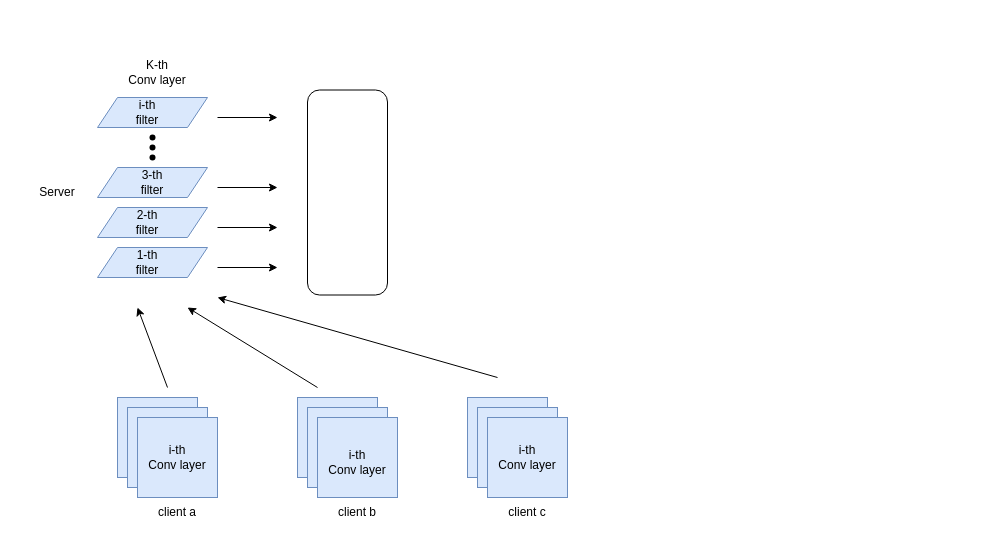
Before: page "Page-2" (2 of 3) of .github/Untitled Diagram.drawio in 2235425067/ExpressLRS, a draw.io diagram. Source tidied: cells renumbered, new cells numbered last; positions are measured from the earlier drawing's top-left corner, leaving out a move shared by most shapes. Both pictures are drawn from the tidied source at 100%, with x=0, y=0 at pixel (27, 57).
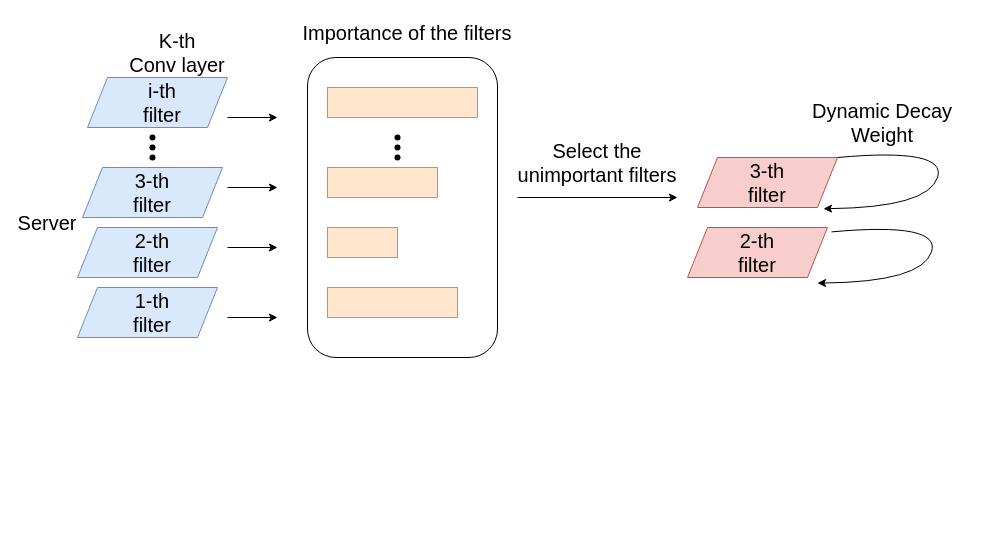
The same page after the edit.

Change to the diagram source:
```diff
@@
-    <mxCell id="2" style="whiteSpace=wrap;html=1;fillColor=#dae8fc;strokeColor=#6c8ebf;" parent="1" vertex="1">
-      <mxGeometry x="90" y="340" width="80" height="80" as="geometry" />
-    </mxCell>
-    <mxCell id="3" style="whiteSpace=wrap;html=1;fillColor=#dae8fc;strokeColor=#6c8ebf;" parent="1" vertex="1">
-      <mxGeometry x="100" y="350" width="80" height="80" as="geometry" />
-    </mxCell>
-    <mxCell id="4" style="whiteSpace=wrap;html=1;fillColor=#dae8fc;strokeColor=#6c8ebf;" parent="1" vertex="1">
-      <mxGeometry x="110" y="360" width="80" height="80" as="geometry" />
-    </mxCell>
-    <mxCell id="5" style="whiteSpace=wrap;html=1;fillColor=#dae8fc;strokeColor=#6c8ebf;" parent="1" vertex="1">
-      <mxGeometry x="270" y="340" width="80" height="80" as="geometry" />
-    </mxCell>
-    <mxCell id="6" style="whiteSpace=wrap;html=1;fillColor=#dae8fc;strokeColor=#6c8ebf;" parent="1" vertex="1">
-      <mxGeometry x="280" y="350" width="80" height="80" as="geometry" />
-    </mxCell>
-    <mxCell id="7" style="whiteSpace=wrap;html=1;fillColor=#dae8fc;strokeColor=#6c8ebf;" parent="1" vertex="1">
-      <mxGeometry x="290" y="360" width="80" height="80" as="geometry" />
-    </mxCell>
-    <mxCell id="8" style="whiteSpace=wrap;html=1;fillColor=#dae8fc;strokeColor=#6c8ebf;" parent="1" vertex="1">
-      <mxGeometry x="440" y="340" width="80" height="80" as="geometry" />
-    </mxCell>
-    <mxCell id="9" style="whiteSpace=wrap;html=1;fillColor=#dae8fc;strokeColor=#6c8ebf;" parent="1" vertex="1">
-      <mxGeometry x="450" y="350" width="80" height="80" as="geometry" />
-    </mxCell>
-    <mxCell id="10" style="whiteSpace=wrap;html=1;fillColor=#dae8fc;strokeColor=#6c8ebf;" parent="1" vertex="1">
-      <mxGeometry x="460" y="360" width="80" height="80" as="geometry" />
-    </mxCell>
-    <mxCell id="11" value="client a" style="text;html=1;strokeColor=none;fillColor=none;align=center;verticalAlign=middle;whiteSpace=wrap;rounded=0;" parent="1" vertex="1">
-      <mxGeometry x="120" y="440" width="60" height="30" as="geometry" />
-    </mxCell>
-    <mxCell id="12" value="client b" style="text;html=1;strokeColor=none;fillColor=none;align=center;verticalAlign=middle;whiteSpace=wrap;rounded=0;" parent="1" vertex="1">
-      <mxGeometry x="300" y="440" width="60" height="30" as="geometry" />
-    </mxCell>
-    <mxCell id="13" value="client c" style="text;html=1;strokeColor=none;fillColor=none;align=center;verticalAlign=middle;whiteSpace=wrap;rounded=0;" parent="1" vertex="1">
-      <mxGeometry x="470" y="440" width="60" height="30" as="geometry" />
-    </mxCell>
-    <mxCell id="14" style="endArrow=classic;html=1;rounded=0;fontSize=12;" parent="1" edge="1">
-      <mxGeometry relative="1" as="geometry">
-        <mxPoint x="140" y="330" as="sourcePoint" />
-        <mxPoint x="110" y="250" as="targetPoint" />
-      </mxGeometry>
-    </mxCell>
-    <mxCell id="15" style="endArrow=classic;html=1;rounded=0;fontSize=12;" parent="1" edge="1">
-      <mxGeometry relative="1" as="geometry">
-        <mxPoint x="290" y="330" as="sourcePoint" />
-        <mxPoint x="160" y="250" as="targetPoint" />
-      </mxGeometry>
-    </mxCell>
-    <mxCell id="16" style="endArrow=classic;html=1;rounded=0;fontSize=12;" parent="1" edge="1">
-      <mxGeometry relative="1" as="geometry">
-        <mxPoint x="470" y="320" as="sourcePoint" />
-        <mxPoint x="190" y="240" as="targetPoint" />
-      </mxGeometry>
-    </mxCell>
@@
     <mxCell id="20" style="shape=parallelogram;perimeter=parallelogramPerimeter;whiteSpace=wrap;html=1;fixedSize=1;fontSize=12;fillColor=#dae8fc;strokeColor=#6c8ebf;" parent="1" vertex="1">
-      <mxGeometry x="70" y="40" width="110" height="30" as="geometry" />
+      <mxGeometry x="60" y="20" width="140" height="50" as="geometry" />
     </mxCell>
-    <mxCell id="21" style="shape=parallelogram;perimeter=parallelogramPerimeter;whiteSpace=wrap;html=1;fixedSize=1;fontSize=12;fillColor=#dae8fc;strokeColor=#6c8ebf;" parent="1" vertex="1">
-      <mxGeometry x="70" y="110" width="110" height="30" as="geometry" />
-    </mxCell>
-    <mxCell id="22" style="shape=parallelogram;perimeter=parallelogramPerimeter;whiteSpace=wrap;html=1;fixedSize=1;fontSize=12;fillColor=#dae8fc;strokeColor=#6c8ebf;" parent="1" vertex="1">
-      <mxGeometry x="70" y="150" width="110" height="30" as="geometry" />
-    </mxCell>
-    <mxCell id="23" style="shape=parallelogram;perimeter=parallelogramPerimeter;whiteSpace=wrap;html=1;fixedSize=1;fontSize=12;fillColor=#dae8fc;strokeColor=#6c8ebf;" parent="1" vertex="1">
-      <mxGeometry x="70" y="190" width="110" height="30" as="geometry" />
-    </mxCell>
-    <mxCell id="24" value="K-th &lt;br&gt;Conv layer" style="text;html=1;strokeColor=none;fillColor=none;align=center;verticalAlign=middle;whiteSpace=wrap;rounded=0;fontSize=12;" parent="1" vertex="1">
-      <mxGeometry x="100" width="60" height="30" as="geometry" />
+    <mxCell id="24" value="&lt;font style=&quot;font-size: 20px;&quot;&gt;K-th &lt;br&gt;Conv layer&lt;/font&gt;" style="text;html=1;strokeColor=none;fillColor=none;align=center;verticalAlign=middle;whiteSpace=wrap;rounded=0;fontSize=12;" parent="1" vertex="1">
+      <mxGeometry x="90" y="-20" width="120" height="30" as="geometry" />
     </mxCell>
-    <mxCell id="25" value="i-th &lt;br&gt;Conv layer" style="text;html=1;strokeColor=none;fillColor=none;align=center;verticalAlign=middle;whiteSpace=wrap;rounded=0;fontSize=12;" parent="1" vertex="1">
-      <mxGeometry x="120" y="385" width="60" height="30" as="geometry" />
-    </mxCell>
-    <mxCell id="26" value="i-th &lt;br&gt;Conv layer" style="text;html=1;strokeColor=none;fillColor=none;align=center;verticalAlign=middle;whiteSpace=wrap;rounded=0;fontSize=12;" parent="1" vertex="1">
-      <mxGeometry x="300" y="390" width="60" height="30" as="geometry" />
-    </mxCell>
-    <mxCell id="27" value="i-th &lt;br&gt;Conv layer" style="text;html=1;strokeColor=none;fillColor=none;align=center;verticalAlign=middle;whiteSpace=wrap;rounded=0;fontSize=12;" parent="1" vertex="1">
-      <mxGeometry x="470" y="385" width="60" height="30" as="geometry" />
-    </mxCell>
-    <mxCell id="28" value="1-th &lt;br&gt;filter" style="text;html=1;strokeColor=none;fillColor=none;align=center;verticalAlign=middle;whiteSpace=wrap;rounded=0;fontSize=12;" parent="1" vertex="1">
-      <mxGeometry x="90" y="190" width="60" height="30" as="geometry" />
-    </mxCell>
-    <mxCell id="29" value="2-th &lt;br&gt;filter" style="text;html=1;strokeColor=none;fillColor=none;align=center;verticalAlign=middle;whiteSpace=wrap;rounded=0;fontSize=12;" parent="1" vertex="1">
-      <mxGeometry x="90" y="150" width="60" height="30" as="geometry" />
-    </mxCell>
-    <mxCell id="30" value="3-th &lt;br&gt;filter" style="text;html=1;strokeColor=none;fillColor=none;align=center;verticalAlign=middle;whiteSpace=wrap;rounded=0;fontSize=12;" parent="1" vertex="1">
-      <mxGeometry x="95" y="110" width="60" height="30" as="geometry" />
-    </mxCell>
-    <mxCell id="31" value="i-th &lt;br&gt;filter" style="text;html=1;strokeColor=none;fillColor=none;align=center;verticalAlign=middle;whiteSpace=wrap;rounded=0;fontSize=12;" parent="1" vertex="1">
-      <mxGeometry x="90" y="40" width="60" height="30" as="geometry" />
+    <mxCell id="31" value="&lt;font style=&quot;font-size: 20px;&quot;&gt;i-th &lt;br&gt;filter&lt;/font&gt;" style="text;html=1;strokeColor=none;fillColor=none;align=center;verticalAlign=middle;whiteSpace=wrap;rounded=0;fontSize=12;" parent="1" vertex="1">
+      <mxGeometry x="110" y="30" width="50" height="30" as="geometry" />
     </mxCell>
     <mxCell id="32" style="endArrow=classic;html=1;rounded=0;fontSize=12;" parent="1" edge="1">
       <mxGeometry relative="1" as="geometry">
-        <mxPoint x="190" y="60" as="sourcePoint" />
+        <mxPoint x="200" y="60" as="sourcePoint" />
         <mxPoint x="250" y="60" as="targetPoint" />
       </mxGeometry>
     </mxCell>
     <mxCell id="33" style="endArrow=classic;html=1;rounded=0;fontSize=12;" parent="1" edge="1">
       <mxGeometry relative="1" as="geometry">
-        <mxPoint x="190" y="130" as="sourcePoint" />
+        <mxPoint x="200" y="130" as="sourcePoint" />
         <mxPoint x="250" y="130" as="targetPoint" />
       </mxGeometry>
     </mxCell>
     <mxCell id="34" style="endArrow=classic;html=1;rounded=0;fontSize=12;" parent="1" edge="1">
       <mxGeometry relative="1" as="geometry">
-        <mxPoint x="190" y="170" as="sourcePoint" />
-        <mxPoint x="250" y="170" as="targetPoint" />
+        <mxPoint x="200" y="190" as="sourcePoint" />
+        <mxPoint x="250" y="190" as="targetPoint" />
       </mxGeometry>
     </mxCell>
-    <mxCell id="35" value="Server" style="text;html=1;strokeColor=none;fillColor=none;align=center;verticalAlign=middle;whiteSpace=wrap;rounded=0;fontSize=12;" parent="1" vertex="1">
-      <mxGeometry y="120" width="60" height="30" as="geometry" />
+    <mxCell id="35" value="&lt;font style=&quot;font-size: 20px;&quot;&gt;Server&lt;/font&gt;" style="text;html=1;strokeColor=none;fillColor=none;align=center;verticalAlign=middle;whiteSpace=wrap;rounded=0;fontSize=12;" parent="1" vertex="1">
+      <mxGeometry x="-10" y="150" width="60" height="30" as="geometry" />
     </mxCell>
-    <mxCell id="36" style="endArrow=classic;html=1;rounded=0;fontSize=12;" parent="1" edge="1">
-      <mxGeometry relative="1" as="geometry">
-        <mxPoint x="190" y="210" as="sourcePoint" />
-        <mxPoint x="250" y="210" as="targetPoint" />
-      </mxGeometry>
-    </mxCell>
     <mxCell id="37" style="rounded=1;whiteSpace=wrap;html=1;fontSize=12;" parent="1" vertex="1">
-      <mxGeometry x="280" y="32.5" width="80" height="205" as="geometry" />
+      <mxGeometry x="280" width="190" height="300" as="geometry" />
     </mxCell>
+    <mxCell id="38" style="shape=parallelogram;perimeter=parallelogramPerimeter;whiteSpace=wrap;html=1;fixedSize=1;fontSize=12;fillColor=#dae8fc;strokeColor=#6c8ebf;" parent="1" vertex="1">
+      <mxGeometry x="55" y="110" width="140" height="50" as="geometry" />
+    </mxCell>
+    <mxCell id="39" style="shape=parallelogram;perimeter=parallelogramPerimeter;whiteSpace=wrap;html=1;fixedSize=1;fontSize=12;fillColor=#dae8fc;strokeColor=#6c8ebf;" parent="1" vertex="1">
+      <mxGeometry x="50" y="170" width="140" height="50" as="geometry" />
+    </mxCell>
+    <mxCell id="40" style="shape=parallelogram;perimeter=parallelogramPerimeter;whiteSpace=wrap;html=1;fixedSize=1;fontSize=12;fillColor=#dae8fc;strokeColor=#6c8ebf;" parent="1" vertex="1">
+      <mxGeometry x="50" y="230" width="140" height="50" as="geometry" />
+    </mxCell>
+    <mxCell id="41" value="&lt;font style=&quot;font-size: 20px;&quot;&gt;3-th &lt;br&gt;filter&lt;/font&gt;" style="text;html=1;strokeColor=none;fillColor=none;align=center;verticalAlign=middle;whiteSpace=wrap;rounded=0;fontSize=12;" parent="1" vertex="1">
+      <mxGeometry x="100" y="120" width="50" height="30" as="geometry" />
+    </mxCell>
+    <mxCell id="42" value="&lt;font style=&quot;font-size: 20px;&quot;&gt;2-th &lt;br&gt;filter&lt;/font&gt;" style="text;html=1;strokeColor=none;fillColor=none;align=center;verticalAlign=middle;whiteSpace=wrap;rounded=0;fontSize=12;" parent="1" vertex="1">
+      <mxGeometry x="100" y="180" width="50" height="30" as="geometry" />
+    </mxCell>
+    <mxCell id="28" value="&lt;font style=&quot;font-size: 20px;&quot;&gt;1-th &lt;br&gt;filter&lt;/font&gt;" style="text;html=1;strokeColor=none;fillColor=none;align=center;verticalAlign=middle;whiteSpace=wrap;rounded=0;fontSize=12;" parent="1" vertex="1">
+      <mxGeometry x="100" y="240" width="50" height="30" as="geometry" />
+    </mxCell>
+    <mxCell id="43" style="endArrow=classic;html=1;rounded=0;fontSize=20;" parent="1" edge="1">
+      <mxGeometry relative="1" as="geometry">
+        <mxPoint x="200" y="260" as="sourcePoint" />
+        <mxPoint x="250" y="260" as="targetPoint" />
+      </mxGeometry>
+    </mxCell>
+    <mxCell id="44" style="rounded=0;whiteSpace=wrap;html=1;fontSize=20;fillColor=#ffe6cc;strokeColor=#d79b00;" parent="1" vertex="1">
+      <mxGeometry x="300" y="30" width="150" height="30" as="geometry" />
+    </mxCell>
+    <mxCell id="45" value="&lt;span style=&quot;font-size: 20px;&quot;&gt;Importance of the filters&lt;/span&gt;" style="text;html=1;strokeColor=none;fillColor=none;align=center;verticalAlign=middle;whiteSpace=wrap;rounded=0;fontSize=12;" parent="1" vertex="1">
+      <mxGeometry x="260" y="-40" width="240" height="30" as="geometry" />
+    </mxCell>
+    <mxCell id="46" style="shape=waypoint;sketch=0;fillStyle=solid;size=6;fillColor=none;perimeter=centerPerimeter;fontSize=12;" parent="1" vertex="1">
+      <mxGeometry x="350" y="60" width="40" height="40" as="geometry" />
+    </mxCell>
+    <mxCell id="47" style="shape=waypoint;sketch=0;fillStyle=solid;size=6;fillColor=none;perimeter=centerPerimeter;fontSize=12;" parent="1" vertex="1">
+      <mxGeometry x="350" y="70" width="40" height="40" as="geometry" />
+    </mxCell>
+    <mxCell id="48" style="shape=waypoint;sketch=0;fillStyle=solid;size=6;fillColor=none;perimeter=centerPerimeter;fontSize=12;" parent="1" vertex="1">
+      <mxGeometry x="350" y="80" width="40" height="40" as="geometry" />
+    </mxCell>
+    <mxCell id="49" style="rounded=0;whiteSpace=wrap;html=1;fontSize=20;fillColor=#ffe6cc;strokeColor=#d79b00;" parent="1" vertex="1">
+      <mxGeometry x="300" y="110" width="110" height="30" as="geometry" />
+    </mxCell>
+    <mxCell id="50" style="rounded=0;whiteSpace=wrap;html=1;fontSize=20;fillColor=#ffe6cc;strokeColor=#d79b00;" parent="1" vertex="1">
+      <mxGeometry x="300" y="170" width="70" height="30" as="geometry" />
+    </mxCell>
+    <mxCell id="51" style="rounded=0;whiteSpace=wrap;html=1;fontSize=20;fillColor=#ffe6cc;strokeColor=#d79b00;" parent="1" vertex="1">
+      <mxGeometry x="300" y="230" width="130" height="30" as="geometry" />
+    </mxCell>
+    <mxCell id="52" style="endArrow=classic;html=1;rounded=0;fontSize=20;fontColor=#FFBD59;" parent="1" edge="1">
+      <mxGeometry relative="1" as="geometry">
+        <mxPoint x="490" y="140" as="sourcePoint" />
+        <mxPoint x="650" y="140" as="targetPoint" />
+      </mxGeometry>
+    </mxCell>
+    <mxCell id="53" value="&lt;span style=&quot;font-size: 20px;&quot;&gt;Select the unimportant filters&lt;/span&gt;" style="text;html=1;strokeColor=none;fillColor=none;align=center;verticalAlign=middle;whiteSpace=wrap;rounded=0;fontSize=12;" parent="1" vertex="1">
+      <mxGeometry x="480" y="90" width="180" height="30" as="geometry" />
+    </mxCell>
+    <mxCell id="54" style="shape=parallelogram;perimeter=parallelogramPerimeter;whiteSpace=wrap;html=1;fixedSize=1;fontSize=12;fillColor=#f8cecc;strokeColor=#b85450;" parent="1" vertex="1">
+      <mxGeometry x="670" y="100" width="140" height="50" as="geometry" />
+    </mxCell>
+    <mxCell id="55" style="shape=parallelogram;perimeter=parallelogramPerimeter;whiteSpace=wrap;html=1;fixedSize=1;fontSize=12;fillColor=#f8cecc;strokeColor=#b85450;" parent="1" vertex="1">
+      <mxGeometry x="660" y="170" width="140" height="50" as="geometry" />
+    </mxCell>
+    <mxCell id="56" value="&lt;font style=&quot;font-size: 20px;&quot;&gt;3-th &lt;br&gt;filter&lt;/font&gt;" style="text;html=1;strokeColor=none;fillColor=none;align=center;verticalAlign=middle;whiteSpace=wrap;rounded=0;fontSize=12;" parent="1" vertex="1">
+      <mxGeometry x="715" y="110" width="50" height="30" as="geometry" />
+    </mxCell>
+    <mxCell id="57" value="&lt;font style=&quot;font-size: 20px;&quot;&gt;2-th &lt;br&gt;filter&lt;/font&gt;" style="text;html=1;strokeColor=none;fillColor=none;align=center;verticalAlign=middle;whiteSpace=wrap;rounded=0;fontSize=12;" parent="1" vertex="1">
+      <mxGeometry x="705" y="180" width="50" height="30" as="geometry" />
+    </mxCell>
+    <mxCell id="58" style="curved=1;endArrow=classic;html=1;rounded=0;fontSize=20;fontColor=#FFBD59;exitX=1;exitY=0;exitDx=0;exitDy=0;entryX=0.9;entryY=1.024;entryDx=0;entryDy=0;entryPerimeter=0;" parent="1" edge="1" source="54" target="54">
+      <mxGeometry relative="1" as="geometry">
+        <Array as="points">
+          <mxPoint x="920" y="90" />
+          <mxPoint x="900" y="150" />
+        </Array>
+      </mxGeometry>
+    </mxCell>
+    <mxCell id="59" value="&lt;span style=&quot;font-size: 20px;&quot;&gt;Dynamic Decay Weight&lt;/span&gt;" style="text;html=1;strokeColor=none;fillColor=none;align=center;verticalAlign=middle;whiteSpace=wrap;rounded=0;fontSize=12;" parent="1" vertex="1">
+      <mxGeometry x="765" y="50" width="180" height="30" as="geometry" />
+    </mxCell>
+    <mxCell id="60" style="curved=1;endArrow=classic;html=1;rounded=0;fontSize=20;fontColor=#FFBD59;exitX=1;exitY=0;exitDx=0;exitDy=0;entryX=0.9;entryY=1.024;entryDx=0;entryDy=0;entryPerimeter=0;" parent="1" edge="1">
+      <mxGeometry relative="1" as="geometry">
+        <mxPoint x="804" y="174.4" as="sourcePoint" />
+        <mxPoint x="790" y="225.6" as="targetPoint" />
+        <Array as="points">
+          <mxPoint x="914" y="164.4" />
+          <mxPoint x="894" y="224.4" />
+        </Array>
+      </mxGeometry>
+    </mxCell>
```
